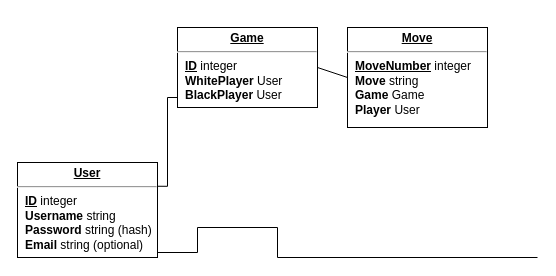
Ultrasonic1209/chess-app-frontend keeps this draw.io diagram as Untitled Diagram.drawio. Above is the earlier version. Source tidied: cells renumbered, new cells numbered last; positions are measured from the earlier drawing's top-left corner, leaving out a move shared by most shapes. Both pictures are drawn from the tidied source at 100%, with x=0, y=0 at pixel (17, 27).
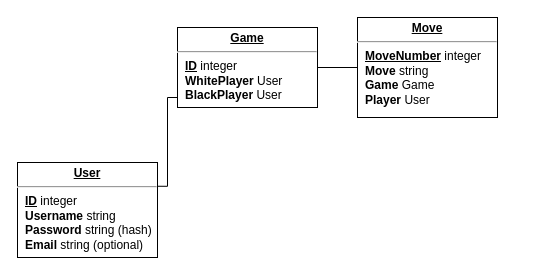
The same page after the edit.

The edit, as a diff of the source:
```diff
@@
 <mxGraphModel>
   <root>
     <mxCell id="0" />
     <mxCell id="1" parent="0" />
     <mxCell id="2" style="edgeStyle=orthogonalEdgeStyle;rounded=0;html=1;exitX=1;exitY=0.25;labelBackgroundColor=none;endArrow=none;endFill=0;endSize=8;fontFamily=Verdana;fontSize=12;align=left;entryX=0;entryY=0.25;entryDx=0;entryDy=0;" parent="1" edge="1" source="3" target="5">
       <mxGeometry relative="1" as="geometry">
         <Array as="points">
           <mxPoint x="150" y="159" />
           <mxPoint x="150" y="70" />
           <mxPoint x="160" y="70" />
         </Array>
       </mxGeometry>
     </mxCell>
     <mxCell id="3" value="&lt;p style=&quot;margin: 0px ; margin-top: 4px ; text-align: center ; text-decoration: underline&quot;&gt;&lt;b&gt;User&lt;/b&gt;&lt;/p&gt;&lt;hr&gt;&lt;p style=&quot;margin: 0px ; margin-left: 8px&quot;&gt;&lt;b&gt;&lt;u&gt;ID&lt;/u&gt;&lt;/b&gt;&amp;nbsp;integer&lt;/p&gt;&lt;p style=&quot;margin: 0px ; margin-left: 8px&quot;&gt;&lt;b&gt;Username&lt;/b&gt;&lt;b style=&quot;font-style: italic;&quot;&gt;&amp;nbsp;&lt;/b&gt;string&lt;/p&gt;&lt;p style=&quot;margin: 0px ; margin-left: 8px&quot;&gt;&lt;b&gt;Password &lt;/b&gt;string (hash)&lt;/p&gt;&lt;p style=&quot;margin: 0px ; margin-left: 8px&quot;&gt;&lt;b&gt;Email &lt;/b&gt;string (optional)&lt;/p&gt;" style="verticalAlign=top;align=left;overflow=fill;fontSize=12;fontFamily=Helvetica;html=1;rounded=0;shadow=0;comic=0;labelBackgroundColor=none;strokeWidth=1;" parent="1" vertex="1">
       <mxGeometry y="135" width="140" height="95" as="geometry" />
     </mxCell>
-    <mxCell id="4" style="edgeStyle=orthogonalEdgeStyle;rounded=0;html=1;entryX=1;entryY=0.5;labelBackgroundColor=none;endArrow=none;endFill=0;endSize=8;fontFamily=Verdana;fontSize=12;align=left;" parent="1" edge="1" target="3">
-      <mxGeometry relative="1" as="geometry">
-        <mxPoint x="520" y="230" as="sourcePoint" />
-        <Array as="points">
-          <mxPoint x="260" y="230" />
-          <mxPoint x="260" y="200" />
-          <mxPoint x="180" y="200" />
-          <mxPoint x="180" y="225" />
-        </Array>
-      </mxGeometry>
-    </mxCell>
     <mxCell id="5" value="&lt;p style=&quot;margin: 0px ; margin-top: 4px ; text-align: center ; text-decoration: underline&quot;&gt;&lt;b&gt;Game&lt;/b&gt;&lt;/p&gt;&lt;hr&gt;&lt;p style=&quot;margin: 0px ; margin-left: 8px&quot;&gt;&lt;b&gt;&lt;u&gt;ID&lt;/u&gt;&lt;/b&gt;&amp;nbsp;integer&lt;/p&gt;&lt;p style=&quot;margin: 0px ; margin-left: 8px&quot;&gt;&lt;b&gt;WhitePlayer&amp;nbsp;&lt;/b&gt;User&lt;/p&gt;&lt;p style=&quot;margin: 0px ; margin-left: 8px&quot;&gt;&lt;b&gt;BlackPlayer &lt;/b&gt;User&lt;/p&gt;" style="verticalAlign=top;align=left;overflow=fill;fontSize=12;fontFamily=Helvetica;html=1;rounded=0;shadow=0;comic=0;labelBackgroundColor=none;strokeWidth=1;" parent="1" vertex="1">
       <mxGeometry x="160" width="140" height="80" as="geometry" />
     </mxCell>
     <mxCell id="6" value="&lt;p style=&quot;margin: 0px ; margin-top: 4px ; text-align: center ; text-decoration: underline&quot;&gt;&lt;b&gt;Move&lt;/b&gt;&lt;/p&gt;&lt;hr&gt;&lt;p style=&quot;margin: 0px ; margin-left: 8px&quot;&gt;&lt;b&gt;&lt;u&gt;MoveNumber&lt;/u&gt;&lt;/b&gt; integer&lt;/p&gt;&lt;p style=&quot;margin: 0px ; margin-left: 8px&quot;&gt;&lt;b&gt;Move &lt;/b&gt;string&lt;/p&gt;&lt;p style=&quot;margin: 0px ; margin-left: 8px&quot;&gt;&lt;b&gt;Game &lt;/b&gt;Game&lt;/p&gt;&lt;p style=&quot;margin: 0px ; margin-left: 8px&quot;&gt;&lt;b&gt;Player&amp;nbsp;&lt;/b&gt;User&lt;/p&gt;" style="verticalAlign=top;align=left;overflow=fill;fontSize=12;fontFamily=Helvetica;html=1;rounded=0;shadow=0;comic=0;labelBackgroundColor=none;strokeWidth=1;" parent="1" vertex="1">
-      <mxGeometry x="330" width="140" height="100" as="geometry" />
+      <mxGeometry x="340" y="-10" width="140" height="100" as="geometry" />
     </mxCell>
     <mxCell id="7" style="endArrow=none;html=1;rounded=0;exitX=1;exitY=0.5;exitDx=0;exitDy=0;entryX=0;entryY=0.5;entryDx=0;entryDy=0;" parent="1" edge="1" source="5" target="6">
       <mxGeometry relative="1" as="geometry" />
     </mxCell>
   </root>
 </mxGraphModel>
```
